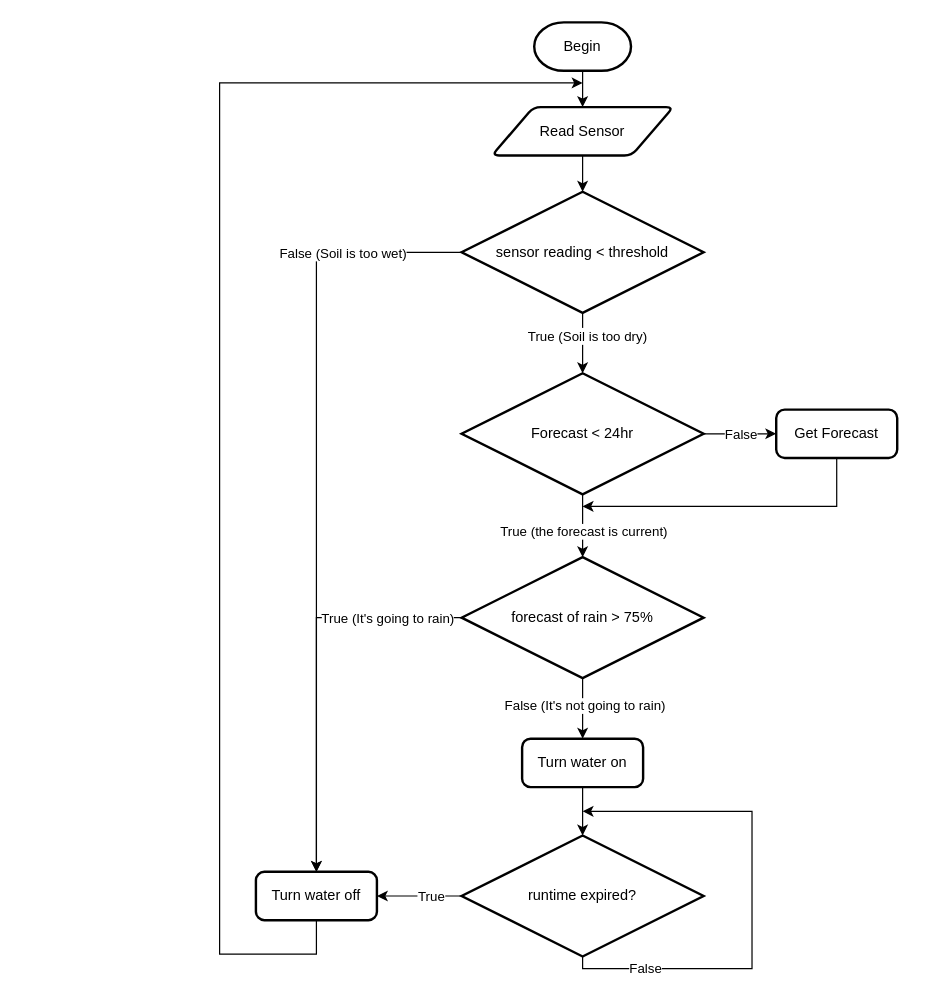
Earlier version of the draw.io diagram Smart Irrigation Optimised.drawio (jamesking020773/jamesking020773.github.io). Source tidied: cells renumbered, new cells numbered last; positions are measured from the earlier drawing's top-left corner, leaving out a move shared by most shapes. Both pictures are drawn from the tidied source at 121%, with x=0, y=0 at pixel (219, 22).
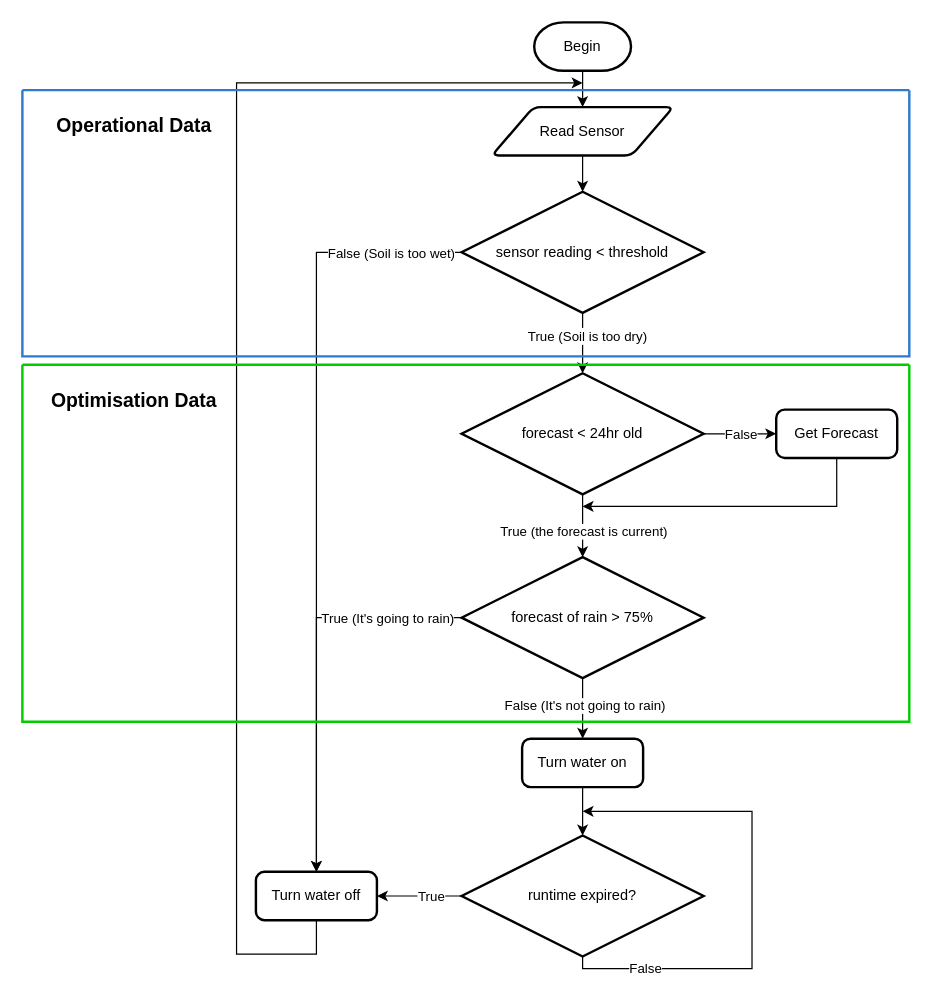
Above is the later version.

Unchanged cells that the change refers to:
```xml
<mxCell id="7" value="Turn water off" style="rounded=1;whiteSpace=wrap;html=1;absoluteArcSize=1;arcSize=14;strokeWidth=2;" parent="1" vertex="1">
  <mxGeometry x="30" y="702" width="100" height="40" as="geometry" />
</mxCell>
<mxCell id="14" style="endArrow=classic;html=1;rounded=0;exitX=0;exitY=0.5;exitDx=0;exitDy=0;exitPerimeter=0;entryX=0.5;entryY=0;entryDx=0;entryDy=0;" parent="1" edge="1" source="4" target="7">
  <mxGeometry relative="1" as="geometry">
    <Array as="points">
      <mxPoint x="80" y="190" />
    </Array>
  </mxGeometry>
</mxCell>
```

Change to the diagram source:
```diff
@@
     <mxCell id="15" value="False (Soil is too wet)" style="edgeLabel;html=1;align=center;verticalAlign=middle;" parent="14" vertex="1">
       <mxGeometry x="-0.63" y="-1" relative="1" as="geometry">
-        <mxPoint x="18" y="1" as="offset" />
+        <mxPoint x="58" y="1" as="offset" />
       </mxGeometry>
     </mxCell>
@@
     <mxCell id="25" style="endArrow=classic;html=1;rounded=0;exitX=0.5;exitY=1;exitDx=0;exitDy=0;" parent="1" edge="1" source="7">
       <mxGeometry relative="1" as="geometry">
         <mxPoint x="300" y="50" as="targetPoint" />
         <Array as="points">
           <mxPoint x="80" y="770" />
-          <mxPoint y="770" />
-          <mxPoint y="600" />
-          <mxPoint y="50" />
+          <mxPoint x="14" y="770" />
+          <mxPoint x="14" y="50" />
         </Array>
       </mxGeometry>
     </mxCell>
-    <mxCell id="26" value="Forecast &amp;lt; 24hr" style="strokeWidth=2;html=1;shape=mxgraph.flowchart.decision;whiteSpace=wrap;" parent="1" vertex="1">
+    <mxCell id="26" value="forecast &amp;lt; 24hr old" style="strokeWidth=2;html=1;shape=mxgraph.flowchart.decision;whiteSpace=wrap;" parent="1" vertex="1">
       <mxGeometry x="200" y="290" width="200" height="100" as="geometry" />
     </mxCell>
@@
+    <mxCell id="33" style="swimlane;startSize=0;labelBorderColor=#00CC00;textShadow=1;strokeWidth=2;strokeColor=#2e7acc;" parent="1" vertex="1">
+      <mxGeometry x="-163" y="56" width="733" height="220" as="geometry" />
+    </mxCell>
+    <mxCell id="34" value="Operational Data" style="text;html=1;align=center;verticalAlign=middle;whiteSpace=wrap;rounded=0;fontSize=16;fontStyle=1;" parent="33" vertex="1">
+      <mxGeometry x="15" y="14" width="155" height="30" as="geometry" />
+    </mxCell>
+    <mxCell id="35" style="swimlane;startSize=0;labelBorderColor=#3333FF;textShadow=0;labelBackgroundColor=none;strokeWidth=2;strokeColor=#00CC00;" parent="1" vertex="1">
+      <mxGeometry x="-163" y="283" width="733" height="295" as="geometry" />
+    </mxCell>
+    <mxCell id="36" value="Optimisation Data" style="text;html=1;align=center;verticalAlign=middle;whiteSpace=wrap;rounded=0;fontSize=16;fontStyle=1;" parent="35" vertex="1">
+      <mxGeometry x="15" y="14" width="155" height="30" as="geometry" />
+    </mxCell>
```
